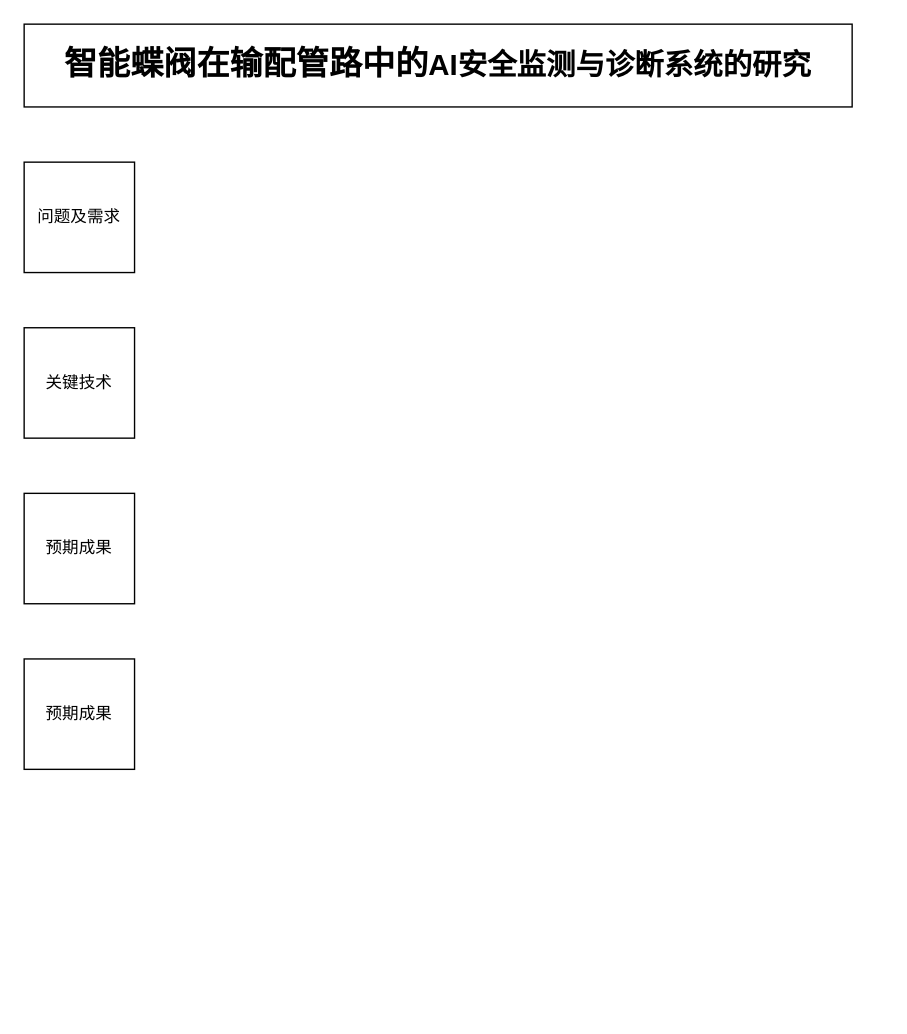
xudong8/draw-io keeps this draw.io diagram as 智能蝶阀研究目标和成果.drawio. Above is the earlier version. Source tidied: cells renumbered, new cells numbered last; positions are measured from the earlier drawing's top-left corner, leaving out a move shared by most shapes. Both pictures are drawn from the tidied source at 138%, with x=0, y=0 at pixel (23, 23).
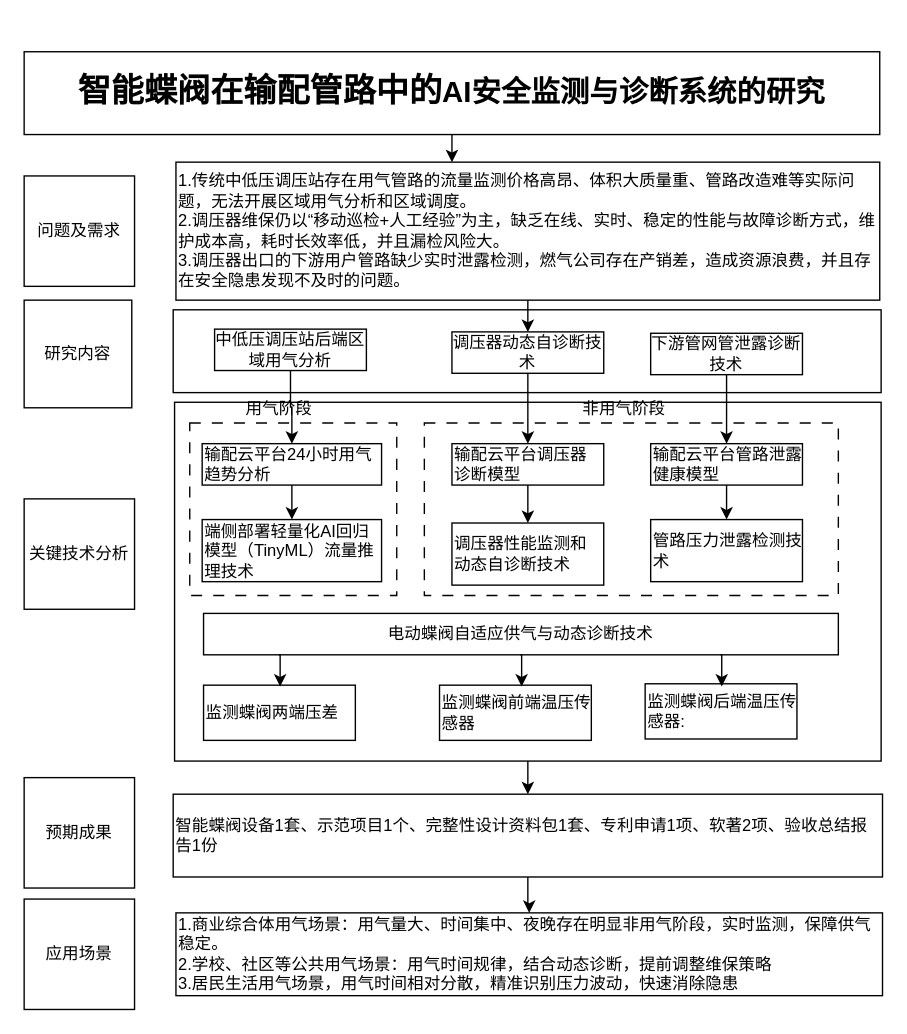
The same diagram, later.

Commit message:
Update 智能蝶阀研究目标和成果.drawio

Diff of the diagram source:
```diff
@@
-<mxGraphModel>
+<mxGraphModel background="#ffffff">
@@
+    <mxCell id="7" style="rounded=0;whiteSpace=wrap;html=1;" parent="1" vertex="1">
+      <mxGeometry x="108" y="207" width="513" height="60" as="geometry" />
+    </mxCell>
+    <mxCell id="8" style="edgeStyle=orthogonalEdgeStyle;rounded=0;jettySize=auto;html=1;" parent="1" edge="1" source="9" target="38">
+      <mxGeometry relative="1" as="geometry" />
+    </mxCell>
+    <mxCell id="9" style="rounded=0;whiteSpace=wrap;html=1;" parent="1" vertex="1">
+      <mxGeometry x="109" y="274" width="512" height="260" as="geometry" />
+    </mxCell>
+    <mxCell id="10" style="rounded=0;whiteSpace=wrap;html=1;dashed=1;dashPattern=8 8;" parent="1" vertex="1">
+      <mxGeometry x="290" y="289" width="300" height="125" as="geometry" />
+    </mxCell>
+    <mxCell id="11" style="rounded=0;whiteSpace=wrap;html=1;dashed=1;dashPattern=8 8;align=left;" parent="1" vertex="1">
+      <mxGeometry x="120" y="289" width="150" height="125" as="geometry" />
+    </mxCell>
     <mxCell id="2" value="&lt;p class=&quot;MsoNormal&quot; align=&quot;center&quot; style=&quot;line-height: 150%;&quot;&gt;&lt;span style=&quot;mso-spacerun:'yes';font-family:仿宋_GB2312;line-height:150%;&amp;lt;br/&amp;gt;font-size:16.0000pt;mso-font-kerning:1.0000pt;&quot;&gt;&lt;font style=&quot;font-size: 24px;&quot;&gt;智能蝶阀在输配管路中的&lt;/font&gt;&lt;/span&gt;&lt;span style=&quot;background-color: transparent; color: light-dark(rgb(0, 0, 0), rgb(255, 255, 255)); font-family: 仿宋_GB2312; font-size: 16pt;&quot;&gt;AI&lt;/span&gt;&lt;span style=&quot;background-color: transparent; color: light-dark(rgb(0, 0, 0), rgb(255, 255, 255)); font-family: 仿宋_GB2312; font-size: 16pt;&quot;&gt;安全&lt;/span&gt;&lt;span style=&quot;background-color: transparent; color: light-dark(rgb(0, 0, 0), rgb(255, 255, 255)); font-family: 仿宋_GB2312; font-size: 16pt;&quot;&gt;监测与诊断系统的研究&lt;/span&gt;&lt;/p&gt;" style="rounded=0;whiteSpace=wrap;html=1;fontStyle=1;" parent="1" vertex="1">
-      <mxGeometry width="600" height="60" as="geometry" />
+      <mxGeometry y="20" width="620" height="60" as="geometry" />
     </mxCell>
     <mxCell id="3" value="问题及需求" style="whiteSpace=wrap;html=1;" parent="1" vertex="1">
-      <mxGeometry y="100" width="80" height="80" as="geometry" />
+      <mxGeometry y="110" width="80" height="80" as="geometry" />
     </mxCell>
-    <mxCell id="4" value="关键技术" style="whiteSpace=wrap;html=1;" parent="1" vertex="1">
-      <mxGeometry y="220" width="80" height="80" as="geometry" />
+    <mxCell id="4" value="关键技术分析" style="whiteSpace=wrap;html=1;" parent="1" vertex="1">
+      <mxGeometry y="344" width="80" height="80" as="geometry" />
     </mxCell>
-    <mxCell id="5" value="预期成果" style="whiteSpace=wrap;html=1;" parent="1" vertex="1">
-      <mxGeometry y="340" width="80" height="80" as="geometry" />
-    </mxCell>
     <mxCell id="6" value="预期成果" style="whiteSpace=wrap;html=1;" parent="1" vertex="1">
-      <mxGeometry y="460" width="80" height="80" as="geometry" />
+      <mxGeometry y="546" width="80" height="80" as="geometry" />
     </mxCell>
+    <mxCell id="12" style="edgeStyle=orthogonalEdgeStyle;rounded=0;jettySize=auto;html=1;" parent="1" edge="1" source="13" target="30">
+      <mxGeometry relative="1" as="geometry" />
+    </mxCell>
+    <mxCell id="13" value="1.传统中低压调压站存在用气管路的流量监测价格高昂、体积大质量重、管路改造难等实际问题&lt;span style=&quot;background-color: transparent; color: light-dark(rgb(0, 0, 0), rgb(255, 255, 255));&quot;&gt;，无法开展区域用气分析和区域调度。&lt;/span&gt;&lt;br&gt;&lt;div&gt;2.调压器维保仍以“移动巡检+人工经验”为主，缺乏在线、实时、稳定的性能与故障诊断方式，维护成本高，耗时长效率低，并且漏检风险大。&lt;/div&gt;&lt;div&gt;3.调压器出口的下游用户管路缺少实时泄露检测，燃气公司存在产销差，造成资源浪费，并且存在安全隐患发现不及时的问题。&lt;/div&gt;" style="rounded=0;whiteSpace=wrap;html=1;align=left;" parent="1" vertex="1">
+      <mxGeometry x="110" y="100" width="510" height="100" as="geometry" />
+    </mxCell>
+    <mxCell id="14" value="监测蝶阀两端压差" style="rounded=0;whiteSpace=wrap;html=1;align=left;" parent="1" vertex="1">
+      <mxGeometry x="130" y="479" width="110" height="40" as="geometry" />
+    </mxCell>
+    <mxCell id="15" value="端侧部署轻量化AI回归模型（TinyML）流量推理技术" style="rounded=0;whiteSpace=wrap;html=1;align=left;" parent="1" vertex="1">
+      <mxGeometry x="129" y="359" width="130" height="45" as="geometry" />
+    </mxCell>
+    <mxCell id="16" style="edgeStyle=orthogonalEdgeStyle;rounded=0;jettySize=auto;html=1;" parent="1" edge="1" source="17" target="15">
+      <mxGeometry relative="1" as="geometry" />
+    </mxCell>
+    <mxCell id="17" value="输配云平台24小时用气趋势分析" style="rounded=0;whiteSpace=wrap;html=1;align=left;" parent="1" vertex="1">
+      <mxGeometry x="129" y="304" width="130" height="30" as="geometry" />
+    </mxCell>
+    <mxCell id="18" style="edgeStyle=orthogonalEdgeStyle;rounded=0;jettySize=auto;html=1;" parent="1" edge="1" source="19" target="20">
+      <mxGeometry relative="1" as="geometry" />
+    </mxCell>
+    <mxCell id="19" value="输配云平台调压器&lt;div&gt;诊断模型&lt;/div&gt;" style="rounded=0;whiteSpace=wrap;html=1;align=left;" parent="1" vertex="1">
+      <mxGeometry x="310" y="304" width="110" height="30" as="geometry" />
+    </mxCell>
+    <mxCell id="20" value="调压器性能监测和&lt;div&gt;动态自诊断技术&lt;/div&gt;" style="rounded=0;whiteSpace=wrap;html=1;align=left;" parent="1" vertex="1">
+      <mxGeometry x="310" y="361.5" width="110" height="45" as="geometry" />
+    </mxCell>
+    <mxCell id="21" value="监测蝶阀前端温压传感器" style="rounded=0;whiteSpace=wrap;html=1;align=left;" parent="1" vertex="1">
+      <mxGeometry x="301" y="479" width="110" height="40" as="geometry" />
+    </mxCell>
+    <mxCell id="22" style="edgeStyle=orthogonalEdgeStyle;rounded=0;jettySize=auto;html=1;" parent="1" edge="1" source="23" target="24">
+      <mxGeometry relative="1" as="geometry" />
+    </mxCell>
+    <mxCell id="23" value="输配云平台管路泄露健康模型" style="rounded=0;whiteSpace=wrap;html=1;align=left;" parent="1" vertex="1">
+      <mxGeometry x="454" y="304" width="110" height="30" as="geometry" />
+    </mxCell>
+    <mxCell id="24" value="管路压力泄露检测技术" style="rounded=0;whiteSpace=wrap;html=1;align=left;" parent="1" vertex="1">
+      <mxGeometry x="454" y="359" width="110" height="45" as="geometry" />
+    </mxCell>
+    <mxCell id="25" value="监测蝶阀后端温压传感器:" style="rounded=0;whiteSpace=wrap;html=1;align=left;" parent="1" vertex="1">
+      <mxGeometry x="450" y="478" width="110" height="40" as="geometry" />
+    </mxCell>
+    <mxCell id="26" value="研究内容" style="whiteSpace=wrap;html=1;" parent="1" vertex="1">
+      <mxGeometry y="200" width="78" height="78" as="geometry" />
+    </mxCell>
+    <mxCell id="27" style="edgeStyle=orthogonalEdgeStyle;rounded=0;jettySize=auto;html=1;" parent="1" edge="1" source="28" target="17">
+      <mxGeometry relative="1" as="geometry" />
+    </mxCell>
+    <mxCell id="28" value="中低压调压站后端区域用气分析" style="rounded=0;whiteSpace=wrap;html=1;" parent="1" vertex="1">
+      <mxGeometry x="138" y="221" width="110" height="30" as="geometry" />
+    </mxCell>
+    <mxCell id="29" style="edgeStyle=orthogonalEdgeStyle;rounded=0;jettySize=auto;html=1;" parent="1" edge="1" source="30" target="19">
+      <mxGeometry relative="1" as="geometry" />
+    </mxCell>
+    <mxCell id="30" value="调压器动态自诊断技术" style="rounded=0;whiteSpace=wrap;html=1;" parent="1" vertex="1">
+      <mxGeometry x="310" y="223" width="110" height="30" as="geometry" />
+    </mxCell>
+    <mxCell id="31" style="edgeStyle=orthogonalEdgeStyle;rounded=0;jettySize=auto;html=1;entryX=0.5;entryY=0;entryDx=0;entryDy=0;" parent="1" edge="1" source="32" target="23">
+      <mxGeometry relative="1" as="geometry" />
+    </mxCell>
+    <mxCell id="32" value="下游管网管泄露诊断技术" style="rounded=0;whiteSpace=wrap;html=1;" parent="1" vertex="1">
+      <mxGeometry x="454" y="224" width="110" height="30" as="geometry" />
+    </mxCell>
+    <mxCell id="33" value="电动蝶阀自适应供气与动态诊断技术" style="rounded=0;whiteSpace=wrap;html=1;align=center;" parent="1" vertex="1">
+      <mxGeometry x="130" y="427" width="460" height="30" as="geometry" />
+    </mxCell>
+    <mxCell id="34" value="用气阶段" style="text;strokeColor=none;align=center;fillColor=none;html=1;verticalAlign=middle;whiteSpace=wrap;rounded=0;" parent="1" vertex="1">
+      <mxGeometry x="155" y="264" width="60" height="30" as="geometry" />
+    </mxCell>
+    <mxCell id="35" value="非用气阶段" style="text;strokeColor=none;align=center;fillColor=none;html=1;verticalAlign=middle;whiteSpace=wrap;rounded=0;" parent="1" vertex="1">
+      <mxGeometry x="400" y="264" width="70" height="30" as="geometry" />
+    </mxCell>
+    <mxCell id="36" value="应用场景" style="whiteSpace=wrap;html=1;" parent="1" vertex="1">
+      <mxGeometry y="634" width="80" height="80" as="geometry" />
+    </mxCell>
+    <mxCell id="37" style="edgeStyle=orthogonalEdgeStyle;rounded=0;jettySize=auto;html=1;entryX=0.5;entryY=0;entryDx=0;entryDy=0;" parent="1" edge="1" source="38" target="39">
+      <mxGeometry relative="1" as="geometry" />
+    </mxCell>
+    <mxCell id="38" value="智能蝶阀设备1套、示范项目1个、完整性设计资料包1套、专利申请1项、软著2项、验收总结报告1份" style="rounded=0;whiteSpace=wrap;html=1;align=left;" parent="1" vertex="1">
+      <mxGeometry x="108" y="558" width="514" height="60" as="geometry" />
+    </mxCell>
+    <mxCell id="39" value="1.商业综合体用气场景：用气量大、时间集中、夜晚存在明显非用气阶段，实时监测，保障供气稳定。&lt;div&gt;2.学校、社区等公共用气场景：用气时间规律，结合动态诊断，提前调整维保策略&lt;/div&gt;&lt;div&gt;3.居民生活用气场景，用气时间相对分散，精准识别压力波动，快速消除隐患&lt;/div&gt;" style="rounded=0;whiteSpace=wrap;html=1;align=left;" parent="1" vertex="1">
+      <mxGeometry x="110" y="644" width="512" height="60" as="geometry" />
+    </mxCell>
+    <mxCell id="40" style="edgeStyle=orthogonalEdgeStyle;rounded=0;jettySize=auto;html=1;entryX=0.394;entryY=-0.008;entryDx=0;entryDy=0;entryPerimeter=0;" parent="1" edge="1" source="2" target="13">
+      <mxGeometry relative="1" as="geometry" />
+    </mxCell>
+    <mxCell id="41" style="edgeStyle=orthogonalEdgeStyle;rounded=0;orthogonalLoop=1;jettySize=auto;html=1;entryX=0.549;entryY=0.043;entryDx=0;entryDy=0;entryPerimeter=0;" parent="1" edge="1">
+      <mxGeometry relative="1" as="geometry">
+        <mxPoint x="504.5" y="457" as="sourcePoint" />
+        <mxPoint x="505.5" y="480" as="targetPoint" />
+      </mxGeometry>
+    </mxCell>
+    <mxCell id="42" style="edgeStyle=orthogonalEdgeStyle;rounded=0;orthogonalLoop=1;jettySize=auto;html=1;entryX=0.549;entryY=0.043;entryDx=0;entryDy=0;entryPerimeter=0;" parent="1" edge="1">
+      <mxGeometry relative="1" as="geometry">
+        <mxPoint x="359.5" y="457" as="sourcePoint" />
+        <mxPoint x="360.5" y="480" as="targetPoint" />
+      </mxGeometry>
+    </mxCell>
+    <mxCell id="43" style="edgeStyle=orthogonalEdgeStyle;rounded=0;orthogonalLoop=1;jettySize=auto;html=1;entryX=0.549;entryY=0.043;entryDx=0;entryDy=0;entryPerimeter=0;" parent="1" edge="1">
+      <mxGeometry relative="1" as="geometry">
+        <mxPoint x="184.5" y="457" as="sourcePoint" />
+        <mxPoint x="185.5" y="480" as="targetPoint" />
+      </mxGeometry>
+    </mxCell>
```
